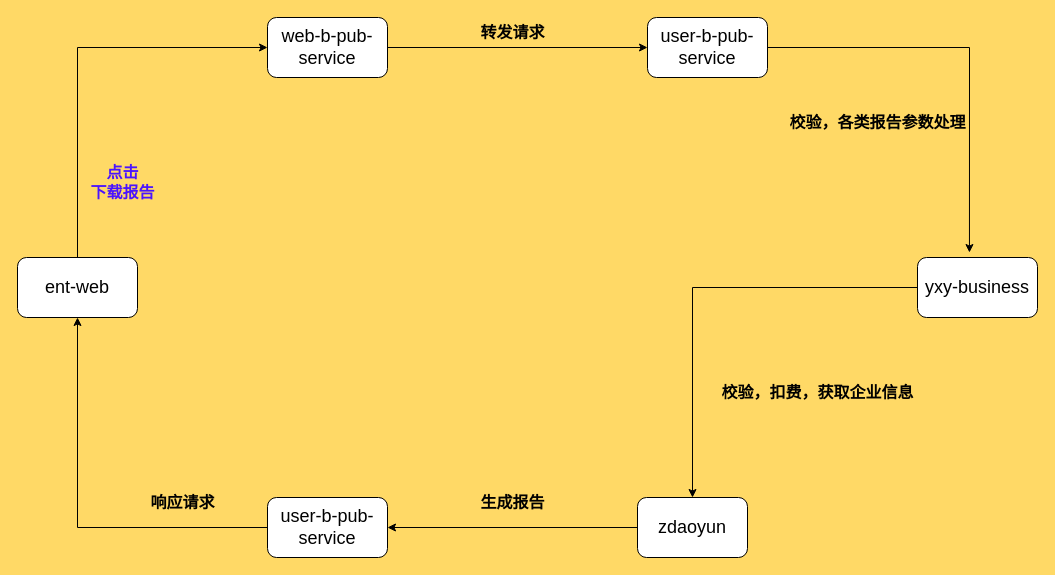
Earlier version of the draw.io diagram 未命名绘图.drawio (ygs1990/drawio). Source tidied: cells renumbered, new cells numbered last; positions are measured from the earlier drawing's top-left corner, leaving out a move shared by most shapes. Both pictures are drawn from the tidied source at 100%, with x=0, y=0 at pixel (17, 17).
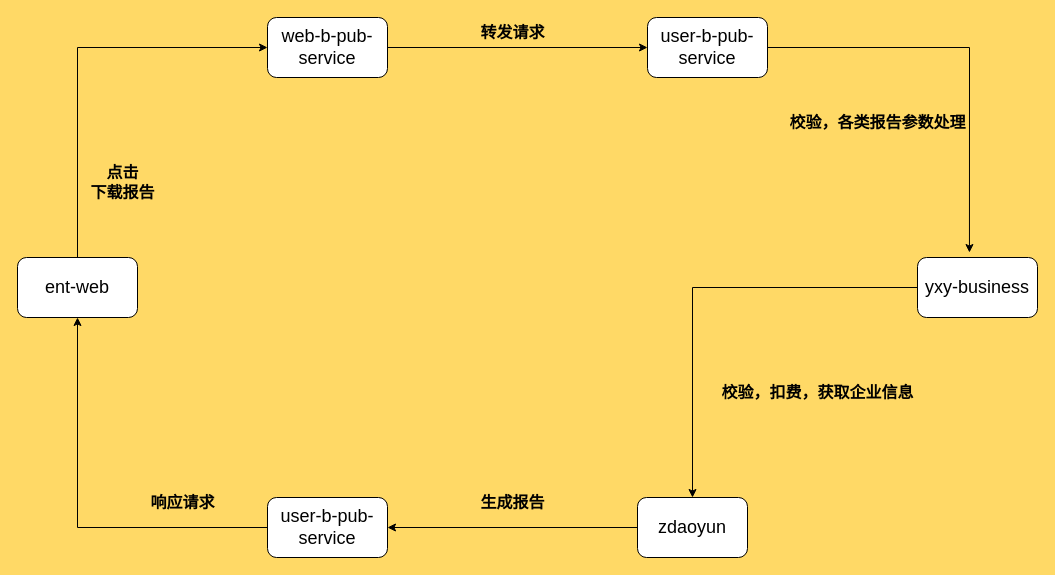
The same diagram, later.

What changed in the source:
```diff
@@
-    <mxCell id="15" value="&lt;font style=&quot;font-size: 16px;&quot;&gt;点击&lt;br&gt;下载报告&lt;/font&gt;" style="text;html=1;align=center;verticalAlign=middle;strokeColor=none;fillColor=none;fontStyle=1;fontColor=#4B14FF;" parent="1" vertex="1">
+    <mxCell id="15" value="&lt;font style=&quot;font-size: 16px;&quot;&gt;点击&lt;br&gt;下载报告&lt;/font&gt;" style="text;html=1;align=center;verticalAlign=middle;strokeColor=none;fillColor=none;fontStyle=1;fontColor=#000000;" parent="1" vertex="1">
       <mxGeometry x="60" y="140" width="90" height="50" as="geometry" />
     </mxCell>
```
